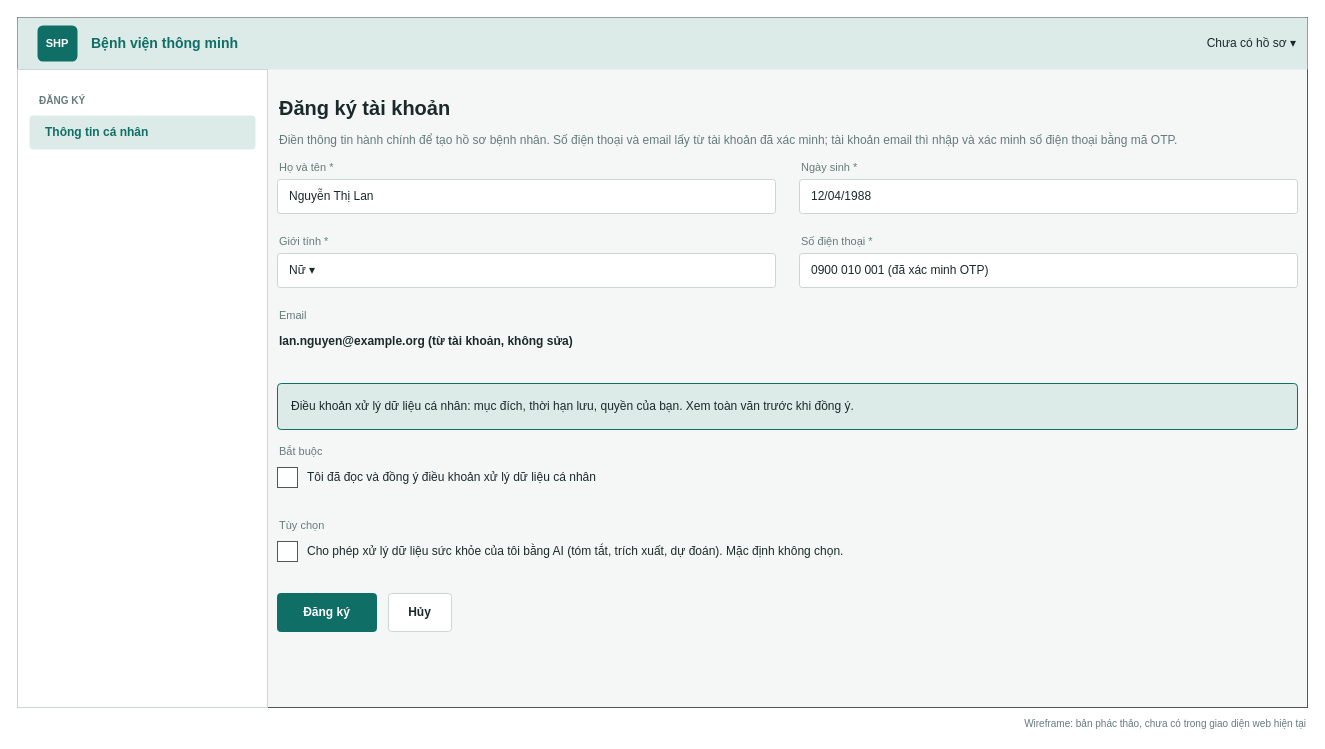
viethung12062005/smart-hospital-platform keeps this draw.io diagram as page "Create an account" (1 of 17) of docs/02-requirements/srs/dist/diagrams/06-wireframes.drawio. Above is the earlier version. Source tidied: cells renumbered, new cells numbered last; positions are measured from the earlier drawing's top-left corner, leaving out a move shared by most shapes. Both pictures are drawn from the tidied source at 100%, with x=0, y=0 at pixel (17, 17).
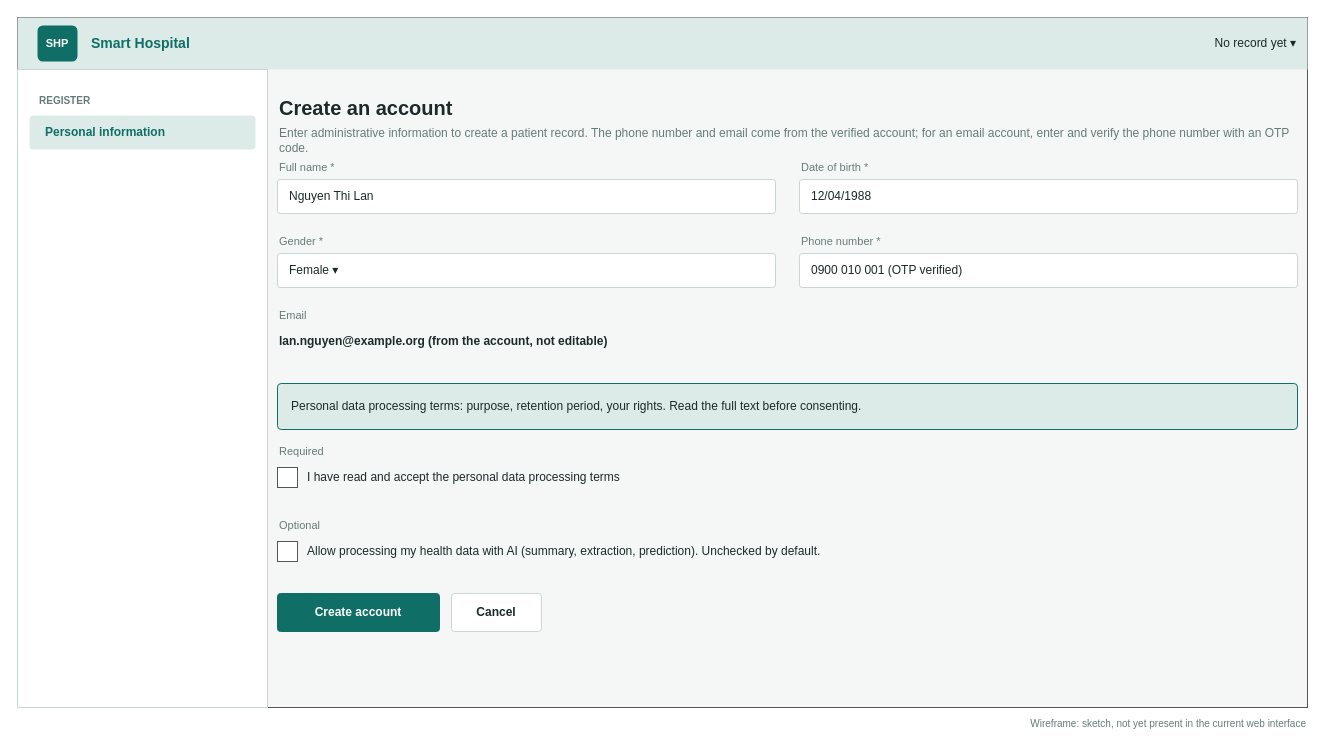
The same diagram, later.

Change to the diagram source:
```diff
@@
-    <mxCell id="5" value="&lt;b&gt;Bệnh viện thông minh&lt;/b&gt;" style="text;html=1;align=left;verticalAlign=middle;fontSize=14;fontColor=#0F6E66;" parent="1" vertex="1">
+    <mxCell id="5" value="&lt;b&gt;Smart Hospital&lt;/b&gt;" style="text;html=1;align=left;verticalAlign=middle;fontSize=14;fontColor=#0F6E66;" parent="1" vertex="1">
       <mxGeometry x="72" y="8" width="260" height="36" as="geometry" />
     </mxCell>
-    <mxCell id="6" value="Chưa có hồ sơ   ▾" style="text;html=1;align=right;verticalAlign=middle;fontSize=12;fontColor=#1B2A29;" parent="1" vertex="1">
+    <mxCell id="6" value="No record yet   ▾" style="text;html=1;align=right;verticalAlign=middle;fontSize=12;fontColor=#1B2A29;" parent="1" vertex="1">
       <mxGeometry x="950" y="8" width="330" height="36" as="geometry" />
     </mxCell>
@@
-    <mxCell id="8" value="ĐĂNG KÝ" style="text;html=1;align=left;verticalAlign=middle;fontSize=10;fontColor=#667B78;fontStyle=1;" parent="1" vertex="1">
+    <mxCell id="8" value="REGISTER" style="text;html=1;align=left;verticalAlign=middle;fontSize=10;fontColor=#667B78;fontStyle=1;" parent="1" vertex="1">
       <mxGeometry x="20" y="72" width="200" height="22" as="geometry" />
     </mxCell>
-    <mxCell id="9" value="Thông tin cá nhân" style="rounded=1;whiteSpace=wrap;html=1;arcSize=12;align=left;spacingLeft=14;fontSize=12;fillColor=#DDEBE8;strokeColor=none;fontColor=#0F6E66;fontStyle=1;" parent="1" vertex="1">
+    <mxCell id="9" value="Personal information" style="rounded=1;whiteSpace=wrap;html=1;arcSize=12;align=left;spacingLeft=14;fontSize=12;fillColor=#DDEBE8;strokeColor=none;fontColor=#0F6E66;fontStyle=1;" parent="1" vertex="1">
       <mxGeometry x="12" y="98" width="226" height="34" as="geometry" />
     </mxCell>
-    <mxCell id="10" value="Wireframe: bản phác thảo, chưa có trong giao diện web hiện tại" style="text;html=1;align=right;fontSize=10;fontColor=#667B78;" parent="1" vertex="1">
+    <mxCell id="10" value="Wireframe: sketch, not yet present in the current web interface" style="text;html=1;align=right;fontSize=10;fontColor=#667B78;" parent="1" vertex="1">
       <mxGeometry x="850" y="694" width="440" height="20" as="geometry" />
     </mxCell>
-    <mxCell id="11" value="Đăng ký tài khoản" style="text;html=1;align=left;verticalAlign=middle;whiteSpace=wrap;fontSize=20;fontColor=#1B2A29;fontStyle=1;" parent="1" vertex="1">
+    <mxCell id="11" value="Create an account" style="text;html=1;align=left;verticalAlign=middle;whiteSpace=wrap;fontSize=20;fontColor=#1B2A29;fontStyle=1;" parent="1" vertex="1">
       <mxGeometry x="260" y="72" width="1020" height="36" as="geometry" />
     </mxCell>
-    <mxCell id="12" value="Điền thông tin hành chính để tạo hồ sơ bệnh nhân. Số điện thoại và email lấy từ tài khoản đã xác minh; tài khoản email thì nhập và xác minh số điện thoại bằng mã OTP." style="text;html=1;align=left;verticalAlign=middle;whiteSpace=wrap;fontSize=12;fontColor=#667B78;" parent="1" vertex="1">
+    <mxCell id="12" value="Enter administrative information to create a patient record. The phone number and email come from the verified account; for an email account, enter and verify the phone number with an OTP code." style="text;html=1;align=left;verticalAlign=middle;whiteSpace=wrap;fontSize=12;fontColor=#667B78;" parent="1" vertex="1">
       <mxGeometry x="260" y="110" width="1020" height="26" as="geometry" />
     </mxCell>
-    <mxCell id="13" value="Họ và tên *" style="text;html=1;align=left;verticalAlign=middle;whiteSpace=wrap;fontSize=11;fontColor=#667B78;" parent="1" vertex="1">
+    <mxCell id="13" value="Full name *" style="text;html=1;align=left;verticalAlign=middle;whiteSpace=wrap;fontSize=11;fontColor=#667B78;" parent="1" vertex="1">
       <mxGeometry x="260" y="140" width="498" height="20" as="geometry" />
     </mxCell>
-    <mxCell id="14" value="Nguyễn Thị Lan" style="rounded=1;whiteSpace=wrap;html=1;arcSize=8;fillColor=#FFFFFF;strokeColor=#C9D6D4;fontSize=12;fontColor=#1B2A29;align=left;spacingLeft=10;" parent="1" vertex="1">
+    <mxCell id="14" value="Nguyen Thi Lan" style="rounded=1;whiteSpace=wrap;html=1;arcSize=8;fillColor=#FFFFFF;strokeColor=#C9D6D4;fontSize=12;fontColor=#1B2A29;align=left;spacingLeft=10;" parent="1" vertex="1">
       <mxGeometry x="260" y="162" width="498" height="34" as="geometry" />
     </mxCell>
-    <mxCell id="15" value="Ngày sinh *" style="text;html=1;align=left;verticalAlign=middle;whiteSpace=wrap;fontSize=11;fontColor=#667B78;" parent="1" vertex="1">
+    <mxCell id="15" value="Date of birth *" style="text;html=1;align=left;verticalAlign=middle;whiteSpace=wrap;fontSize=11;fontColor=#667B78;" parent="1" vertex="1">
       <mxGeometry x="782" y="140" width="498" height="20" as="geometry" />
     </mxCell>
@@
-    <mxCell id="17" value="Giới tính *" style="text;html=1;align=left;verticalAlign=middle;whiteSpace=wrap;fontSize=11;fontColor=#667B78;" parent="1" vertex="1">
+    <mxCell id="17" value="Gender *" style="text;html=1;align=left;verticalAlign=middle;whiteSpace=wrap;fontSize=11;fontColor=#667B78;" parent="1" vertex="1">
       <mxGeometry x="260" y="214" width="498" height="20" as="geometry" />
     </mxCell>
-    <mxCell id="18" value="Nữ   ▾" style="rounded=1;whiteSpace=wrap;html=1;arcSize=8;fillColor=#FFFFFF;strokeColor=#C9D6D4;fontSize=12;fontColor=#1B2A29;align=left;spacingLeft=10;" parent="1" vertex="1">
+    <mxCell id="18" value="Female   ▾" style="rounded=1;whiteSpace=wrap;html=1;arcSize=8;fillColor=#FFFFFF;strokeColor=#C9D6D4;fontSize=12;fontColor=#1B2A29;align=left;spacingLeft=10;" parent="1" vertex="1">
       <mxGeometry x="260" y="236" width="498" height="34" as="geometry" />
     </mxCell>
-    <mxCell id="19" value="Số điện thoại *" style="text;html=1;align=left;verticalAlign=middle;whiteSpace=wrap;fontSize=11;fontColor=#667B78;" parent="1" vertex="1">
+    <mxCell id="19" value="Phone number *" style="text;html=1;align=left;verticalAlign=middle;whiteSpace=wrap;fontSize=11;fontColor=#667B78;" parent="1" vertex="1">
       <mxGeometry x="782" y="214" width="498" height="20" as="geometry" />
     </mxCell>
-    <mxCell id="20" value="0900 010 001 (đã xác minh OTP)" style="rounded=1;whiteSpace=wrap;html=1;arcSize=8;fillColor=#FFFFFF;strokeColor=#C9D6D4;fontSize=12;fontColor=#1B2A29;align=left;spacingLeft=10;" parent="1" vertex="1">
+    <mxCell id="20" value="0900 010 001 (OTP verified)" style="rounded=1;whiteSpace=wrap;html=1;arcSize=8;fillColor=#FFFFFF;strokeColor=#C9D6D4;fontSize=12;fontColor=#1B2A29;align=left;spacingLeft=10;" parent="1" vertex="1">
       <mxGeometry x="782" y="236" width="498" height="34" as="geometry" />
     </mxCell>
@@
-    <mxCell id="22" value="lan.nguyen@example.org (từ tài khoản, không sửa)" style="text;html=1;align=left;verticalAlign=middle;whiteSpace=wrap;fontSize=12;fontColor=#1B2A29;fontStyle=1;" parent="1" vertex="1">
+    <mxCell id="22" value="lan.nguyen@example.org (from the account, not editable)" style="text;html=1;align=left;verticalAlign=middle;whiteSpace=wrap;fontSize=12;fontColor=#1B2A29;fontStyle=1;" parent="1" vertex="1">
       <mxGeometry x="260" y="312" width="498" height="24" as="geometry" />
     </mxCell>
-    <mxCell id="23" value="Điều khoản xử lý dữ liệu cá nhân: mục đích, thời hạn lưu, quyền của bạn. Xem toàn văn trước khi đồng ý." style="rounded=1;whiteSpace=wrap;html=1;arcSize=8;fillColor=#DDEBE8;strokeColor=#0F6E66;fontSize=12;fontColor=#1B2A29;align=left;spacingLeft=12;" parent="1" vertex="1">
+    <mxCell id="23" value="Personal data processing terms: purpose, retention period, your rights. Read the full text before consenting." style="rounded=1;whiteSpace=wrap;html=1;arcSize=8;fillColor=#DDEBE8;strokeColor=#0F6E66;fontSize=12;fontColor=#1B2A29;align=left;spacingLeft=12;" parent="1" vertex="1">
       <mxGeometry x="260" y="366" width="1020" height="46" as="geometry" />
     </mxCell>
-    <mxCell id="24" value="Bắt buộc" style="text;html=1;align=left;verticalAlign=middle;whiteSpace=wrap;fontSize=11;fontColor=#667B78;" parent="1" vertex="1">
+    <mxCell id="24" value="Required" style="text;html=1;align=left;verticalAlign=middle;whiteSpace=wrap;fontSize=11;fontColor=#667B78;" parent="1" vertex="1">
       <mxGeometry x="260" y="424" width="1020" height="20" as="geometry" />
     </mxCell>
@@
-    <mxCell id="26" value="Tôi đã đọc và đồng ý điều khoản xử lý dữ liệu cá nhân" style="text;html=1;align=left;verticalAlign=middle;whiteSpace=wrap;fontSize=12;fontColor=#1B2A29;" parent="1" vertex="1">
+    <mxCell id="26" value="I have read and accept the personal data processing terms" style="text;html=1;align=left;verticalAlign=middle;whiteSpace=wrap;fontSize=12;fontColor=#1B2A29;" parent="1" vertex="1">
       <mxGeometry x="288" y="448" width="992" height="24" as="geometry" />
     </mxCell>
-    <mxCell id="27" value="Tùy chọn" style="text;html=1;align=left;verticalAlign=middle;whiteSpace=wrap;fontSize=11;fontColor=#667B78;" parent="1" vertex="1">
+    <mxCell id="27" value="Optional" style="text;html=1;align=left;verticalAlign=middle;whiteSpace=wrap;fontSize=11;fontColor=#667B78;" parent="1" vertex="1">
       <mxGeometry x="260" y="498" width="1020" height="20" as="geometry" />
     </mxCell>
@@
-    <mxCell id="29" value="Cho phép xử lý dữ liệu sức khỏe của tôi bằng AI (tóm tắt, trích xuất, dự đoán). Mặc định không chọn." style="text;html=1;align=left;verticalAlign=middle;whiteSpace=wrap;fontSize=12;fontColor=#1B2A29;" parent="1" vertex="1">
+    <mxCell id="29" value="Allow processing my health data with AI (summary, extraction, prediction). Unchecked by default." style="text;html=1;align=left;verticalAlign=middle;whiteSpace=wrap;fontSize=12;fontColor=#1B2A29;" parent="1" vertex="1">
       <mxGeometry x="288" y="522" width="992" height="24" as="geometry" />
     </mxCell>
-    <mxCell id="30" value="Đăng ký" style="rounded=1;whiteSpace=wrap;html=1;arcSize=8;fillColor=#0F6E66;strokeColor=#0F6E66;fontSize=12;fontColor=#1B2A29;fontStyle=1;fontColor=#FFFFFF;" parent="1" vertex="1">
-      <mxGeometry x="260" y="576" width="99" height="38" as="geometry" />
+    <mxCell id="30" value="Create account" style="rounded=1;whiteSpace=wrap;html=1;arcSize=8;fillColor=#0F6E66;strokeColor=#0F6E66;fontSize=12;fontColor=#1B2A29;fontStyle=1;fontColor=#FFFFFF;" parent="1" vertex="1">
+      <mxGeometry x="260" y="576" width="162" height="38" as="geometry" />
     </mxCell>
-    <mxCell id="31" value="Hủy" style="rounded=1;whiteSpace=wrap;html=1;arcSize=8;fillColor=#FFFFFF;strokeColor=#C9D6D4;fontSize=12;fontColor=#1B2A29;fontStyle=1;fontColor=#1B2A29;" parent="1" vertex="1">
-      <mxGeometry x="371" y="576" width="63" height="38" as="geometry" />
+    <mxCell id="31" value="Cancel" style="rounded=1;whiteSpace=wrap;html=1;arcSize=8;fillColor=#FFFFFF;strokeColor=#C9D6D4;fontSize=12;fontColor=#1B2A29;fontStyle=1;fontColor=#1B2A29;" parent="1" vertex="1">
+      <mxGeometry x="434" y="576" width="90" height="38" as="geometry" />
     </mxCell>
```
